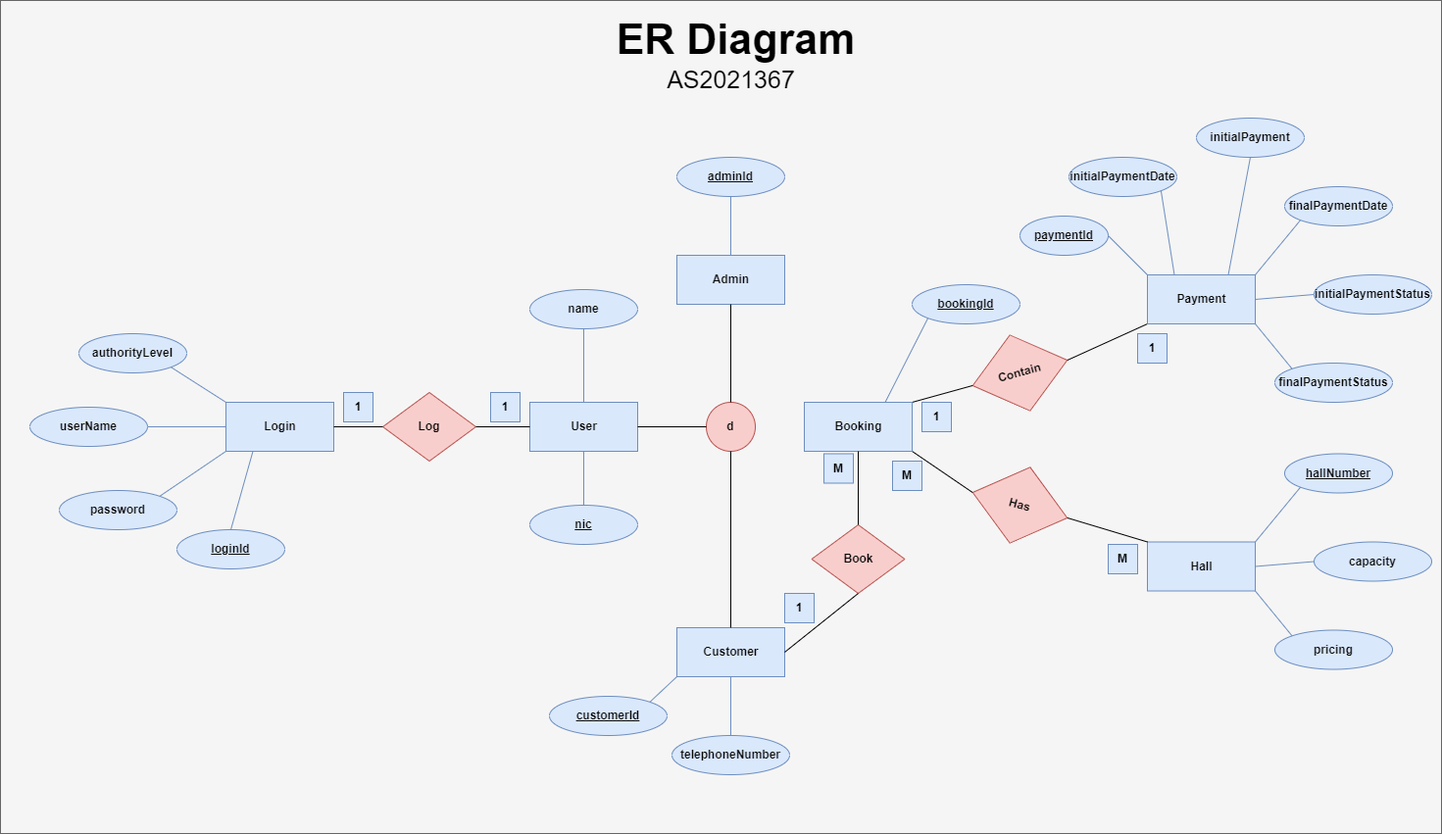
n0c7urn4l/CS-resource-allocation-software-project keeps this draw.io diagram as documents/erDiagram.drawio.png. Above is the earlier version. Source tidied: cells renumbered, new cells last; positions are measured from the earlier drawing's top-left corner, leaving out a move shared by most shapes.
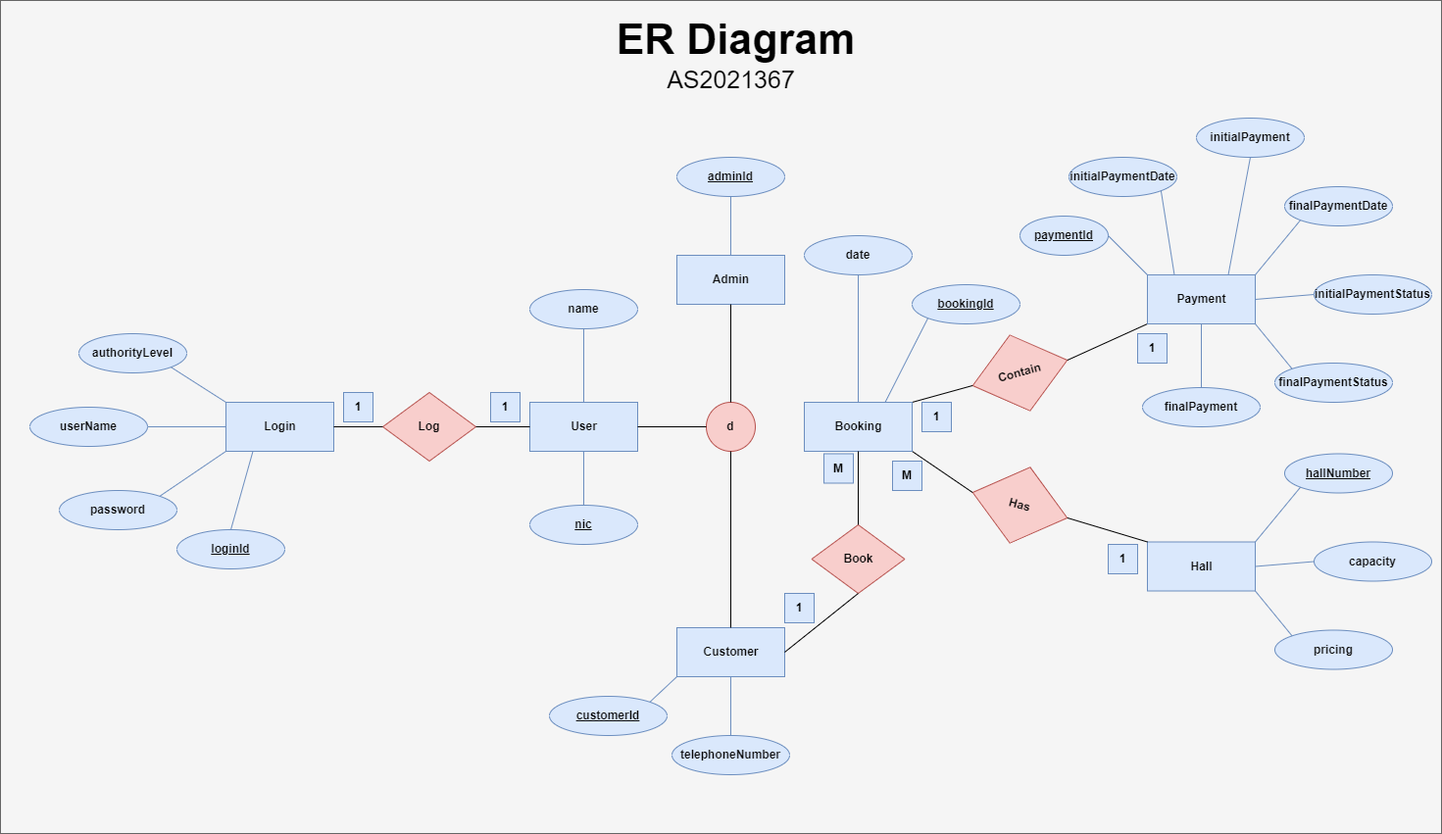
Later version of the same file.

Change to the diagram source:
```diff
@@ -209,7 +209,7 @@
     <mxCell id="70" value="M" style="text;html=1;strokeColor=#6c8ebf;fillColor=#dae8fc;align=center;verticalAlign=middle;whiteSpace=wrap;rounded=0;fontColor=#000000;fontStyle=1;" parent="4" vertex="1">
       <mxGeometry x="880" y="350" width="30" height="30" as="geometry" />
     </mxCell>
-    <mxCell id="71" value="M" style="text;html=1;strokeColor=#6c8ebf;fillColor=#dae8fc;align=center;verticalAlign=middle;whiteSpace=wrap;rounded=0;fontColor=#000000;fontStyle=1;" parent="4" vertex="1">
+    <mxCell id="71" value="1" style="text;html=1;strokeColor=#6c8ebf;fillColor=#dae8fc;align=center;verticalAlign=middle;whiteSpace=wrap;rounded=0;fontColor=#000000;fontStyle=1;" parent="4" vertex="1">
       <mxGeometry x="1100" y="435" width="30" height="30" as="geometry" />
     </mxCell>
     <mxCell id="72" value="&lt;u&gt;adminId&lt;/u&gt;" style="ellipse;whiteSpace=wrap;html=1;fillColor=#dae8fc;strokeColor=#6c8ebf;fontColor=#080808;fontStyle=1;" parent="4" vertex="1">
@@ -218,6 +218,12 @@
     <mxCell id="73" style="endArrow=none;html=1;fillColor=#dae8fc;strokeColor=#6c8ebf;fontColor=#080808;fontStyle=1;entryX=0.5;entryY=1;entryDx=0;entryDy=0;exitX=0.5;exitY=0;exitDx=0;exitDy=0;" parent="4" edge="1" source="17" target="72">
       <mxGeometry relative="1" as="geometry" />
     </mxCell>
+    <mxCell id="80" value="finalPayment" style="ellipse;whiteSpace=wrap;html=1;fillColor=#dae8fc;strokeColor=#6c8ebf;fontColor=#080808;fontStyle=1;" parent="4" vertex="1">
+      <mxGeometry x="1135" y="275" width="120" height="40" as="geometry" />
+    </mxCell>
+    <mxCell id="81" style="endArrow=none;html=1;entryX=0.5;entryY=0;entryDx=0;entryDy=0;exitX=0.5;exitY=1;exitDx=0;exitDy=0;fillColor=#dae8fc;strokeColor=#6c8ebf;fontColor=#080808;fontStyle=1;" parent="4" edge="1" source="57" target="80">
+      <mxGeometry relative="1" as="geometry" />
+    </mxCell>
     <mxCell id="74" value="ER Diagram" style="text;strokeColor=none;fillColor=none;html=1;fontSize=43;fontStyle=1;verticalAlign=middle;align=center;fontColor=#000000;" parent="2" vertex="1">
       <mxGeometry x="350" y="20" width="800" height="40" as="geometry" />
     </mxCell>
@@ -236,5 +242,11 @@
     <mxCell id="79" style="endArrow=none;html=1;strokeColor=#6c8ebf;fontSize=25;fontColor=#000000;exitX=0.5;exitY=0;exitDx=0;exitDy=0;entryX=0.25;entryY=1;entryDx=0;entryDy=0;fillColor=#dae8fc;" parent="2" edge="1" source="78" target="25">
       <mxGeometry relative="1" as="geometry" />
     </mxCell>
+    <mxCell id="82" value="date" style="ellipse;whiteSpace=wrap;html=1;fillColor=#dae8fc;strokeColor=#6c8ebf;fontColor=#080808;fontStyle=1;" parent="2" vertex="1">
+      <mxGeometry x="820" y="240" width="110" height="40" as="geometry" />
+    </mxCell>
+    <mxCell id="83" style="endArrow=none;html=1;entryX=0.5;entryY=1;entryDx=0;entryDy=0;exitX=0.5;exitY=0;exitDx=0;exitDy=0;fillColor=#dae8fc;strokeColor=#6c8ebf;" parent="2" edge="1" source="40" target="82">
+      <mxGeometry relative="1" as="geometry" />
+    </mxCell>
   </root>
 </mxGraphModel>
```
